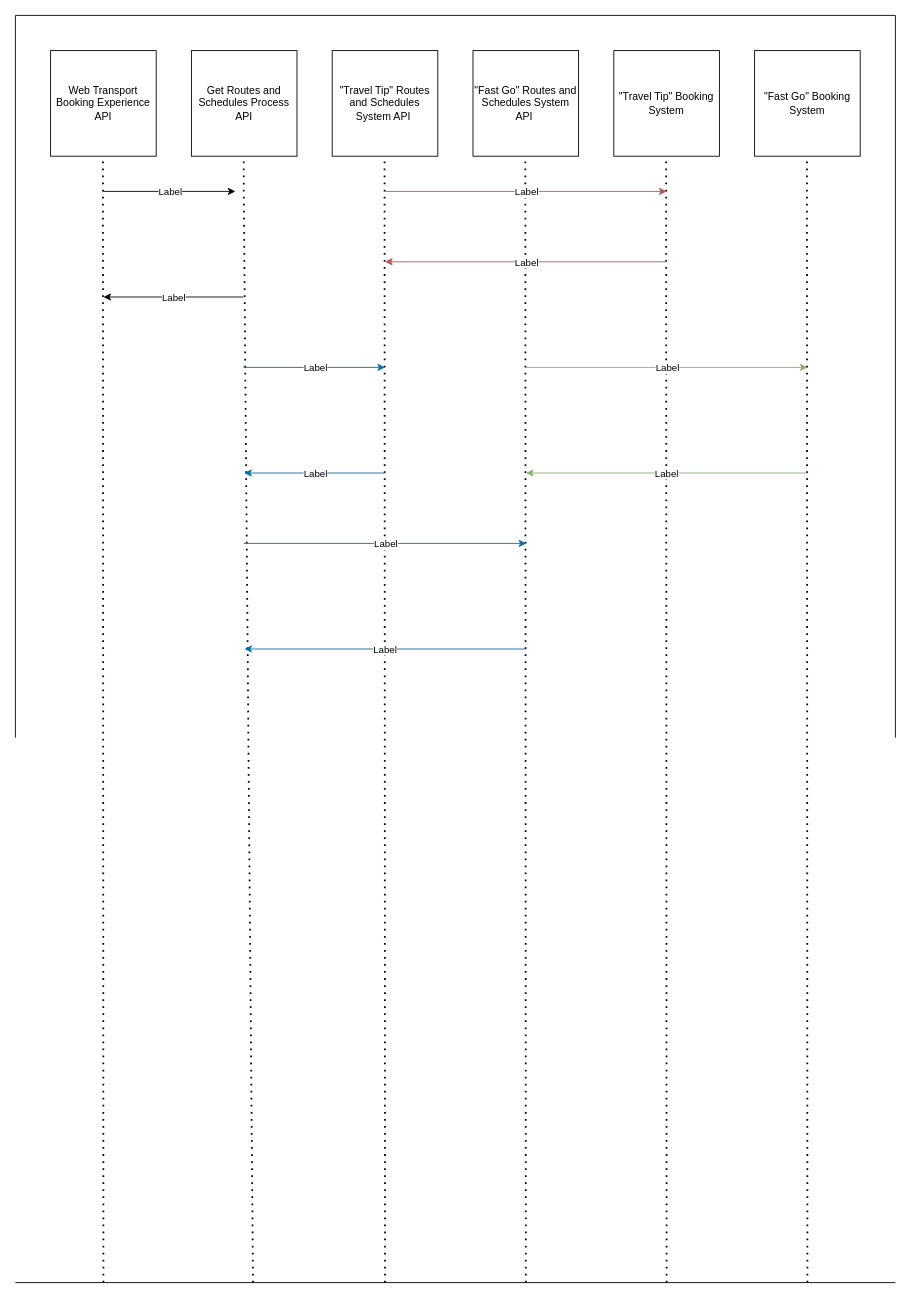
Above: Web App Sequence Diagram.drawio in busugu2018/TripEasy (draw.io), before the change. Source tidied: cells renumbered, new cells numbered last; positions are measured from the earlier drawing's top-left corner, leaving out a move shared by most shapes. Both pictures are drawn from the tidied source at 88%, with x=0, y=0 at pixel (15, 15).
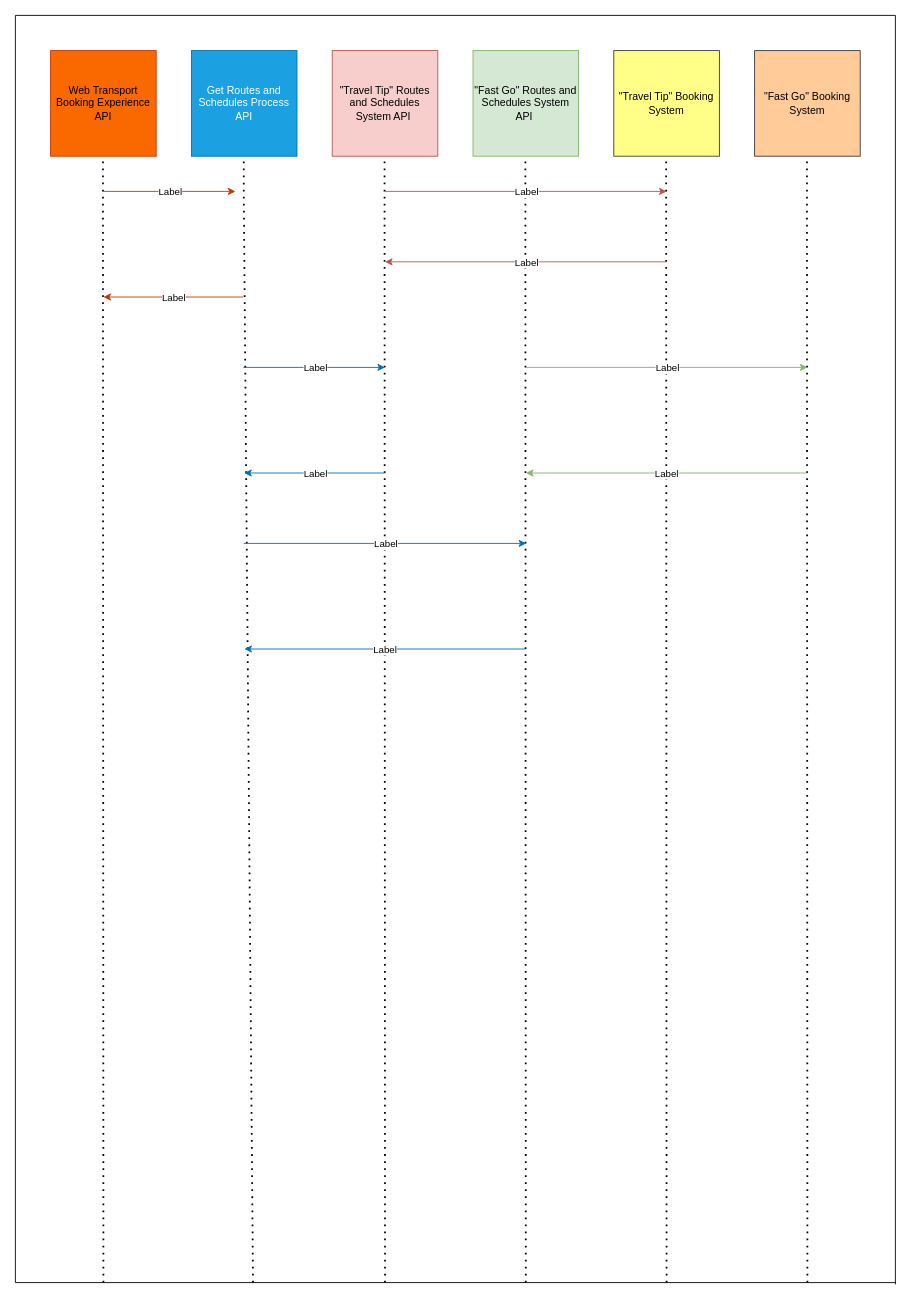
After the change.

What changed in the source:
```diff
@@
     <mxCell id="2" style="endArrow=none;html=1;rounded=0;" parent="1" edge="1">
       <mxGeometry relative="1" as="geometry">
-        <mxPoint y="820.8" as="sourcePoint" />
+        <mxPoint y="1440" as="sourcePoint" />
         <mxPoint as="targetPoint" />
       </mxGeometry>
     </mxCell>
@@
     <mxCell id="4" style="endArrow=none;html=1;rounded=0;" parent="1" edge="1">
       <mxGeometry relative="1" as="geometry">
-        <mxPoint x="1000" y="820.8" as="sourcePoint" />
+        <mxPoint x="1000" y="1442" as="sourcePoint" />
         <mxPoint x="1000" as="targetPoint" />
       </mxGeometry>
     </mxCell>
@@
-    <mxCell id="6" value="Web Transport Booking Experience API" style="whiteSpace=wrap;html=1;" parent="1" vertex="1">
+    <mxCell id="6" value="Web Transport Booking Experience API" style="whiteSpace=wrap;html=1;fillColor=#fa6800;fontColor=#000000;strokeColor=#C73500;" parent="1" vertex="1">
       <mxGeometry x="40" y="40" width="120" height="120" as="geometry" />
     </mxCell>
-    <mxCell id="7" value="Get Routes and Schedules Process API" style="whiteSpace=wrap;html=1;" parent="1" vertex="1">
+    <mxCell id="7" value="Get Routes and Schedules Process API" style="whiteSpace=wrap;html=1;fillColor=#1ba1e2;fontColor=#ffffff;strokeColor=#006EAF;" parent="1" vertex="1">
       <mxGeometry x="200" y="40" width="120" height="120" as="geometry" />
     </mxCell>
-    <mxCell id="8" value="&quot;Travel Tip&quot; Booking System" style="whiteSpace=wrap;html=1;" parent="1" vertex="1">
+    <mxCell id="8" value="&quot;Travel Tip&quot; Booking System" style="whiteSpace=wrap;html=1;fillColor=#ffff88;strokeColor=#36393d;" parent="1" vertex="1">
       <mxGeometry x="680" y="40" width="120" height="120" as="geometry" />
     </mxCell>
-    <mxCell id="9" value="&lt;span&gt;&quot;Fast Go&quot; Booking System&lt;/span&gt;" style="whiteSpace=wrap;html=1;" parent="1" vertex="1">
+    <mxCell id="9" value="&lt;span&gt;&quot;Fast Go&quot; Booking System&lt;/span&gt;" style="whiteSpace=wrap;html=1;fillColor=#ffcc99;strokeColor=#36393d;" parent="1" vertex="1">
       <mxGeometry x="840" y="40" width="120" height="120" as="geometry" />
     </mxCell>
-    <mxCell id="10" value="&lt;span&gt;&quot;Fast Go&quot; Routes and Schedules System API&amp;nbsp;&lt;/span&gt;" style="whiteSpace=wrap;html=1;" parent="1" vertex="1">
+    <mxCell id="10" value="&lt;span&gt;&quot;Fast Go&quot; Routes and Schedules System API&amp;nbsp;&lt;/span&gt;" style="whiteSpace=wrap;html=1;fillColor=#d5e8d4;strokeColor=#82b366;" parent="1" vertex="1">
       <mxGeometry x="520" y="40" width="120" height="120" as="geometry" />
     </mxCell>
-    <mxCell id="11" value="&quot;Travel Tip&quot; Routes and Schedules System API&amp;nbsp;" style="whiteSpace=wrap;html=1;" parent="1" vertex="1">
+    <mxCell id="11" value="&quot;Travel Tip&quot; Routes and Schedules System API&amp;nbsp;" style="whiteSpace=wrap;html=1;fillColor=#f8cecc;strokeColor=#b85450;" parent="1" vertex="1">
       <mxGeometry x="360" y="40" width="120" height="120" as="geometry" />
     </mxCell>
@@
-    <mxCell id="18" style="endArrow=classic;html=1;rounded=0;" parent="1" edge="1">
+    <mxCell id="18" style="endArrow=classic;html=1;rounded=0;fillColor=#fa6800;strokeColor=#C73500;" parent="1" edge="1">
       <mxGeometry relative="1" as="geometry">
         <mxPoint x="100" y="200" as="sourcePoint" />
         <mxPoint x="250" y="200" as="targetPoint" />
       </mxGeometry>
     </mxCell>
@@
-    <mxCell id="28" style="endArrow=classic;html=1;rounded=0;" parent="1" edge="1">
+    <mxCell id="28" style="endArrow=classic;html=1;rounded=0;fillColor=#fa6800;strokeColor=#C73500;" parent="1" edge="1">
       <mxGeometry relative="1" as="geometry">
         <mxPoint x="259" y="320" as="sourcePoint" />
         <mxPoint x="100" y="320" as="targetPoint" />
       </mxGeometry>
     </mxCell>
```
